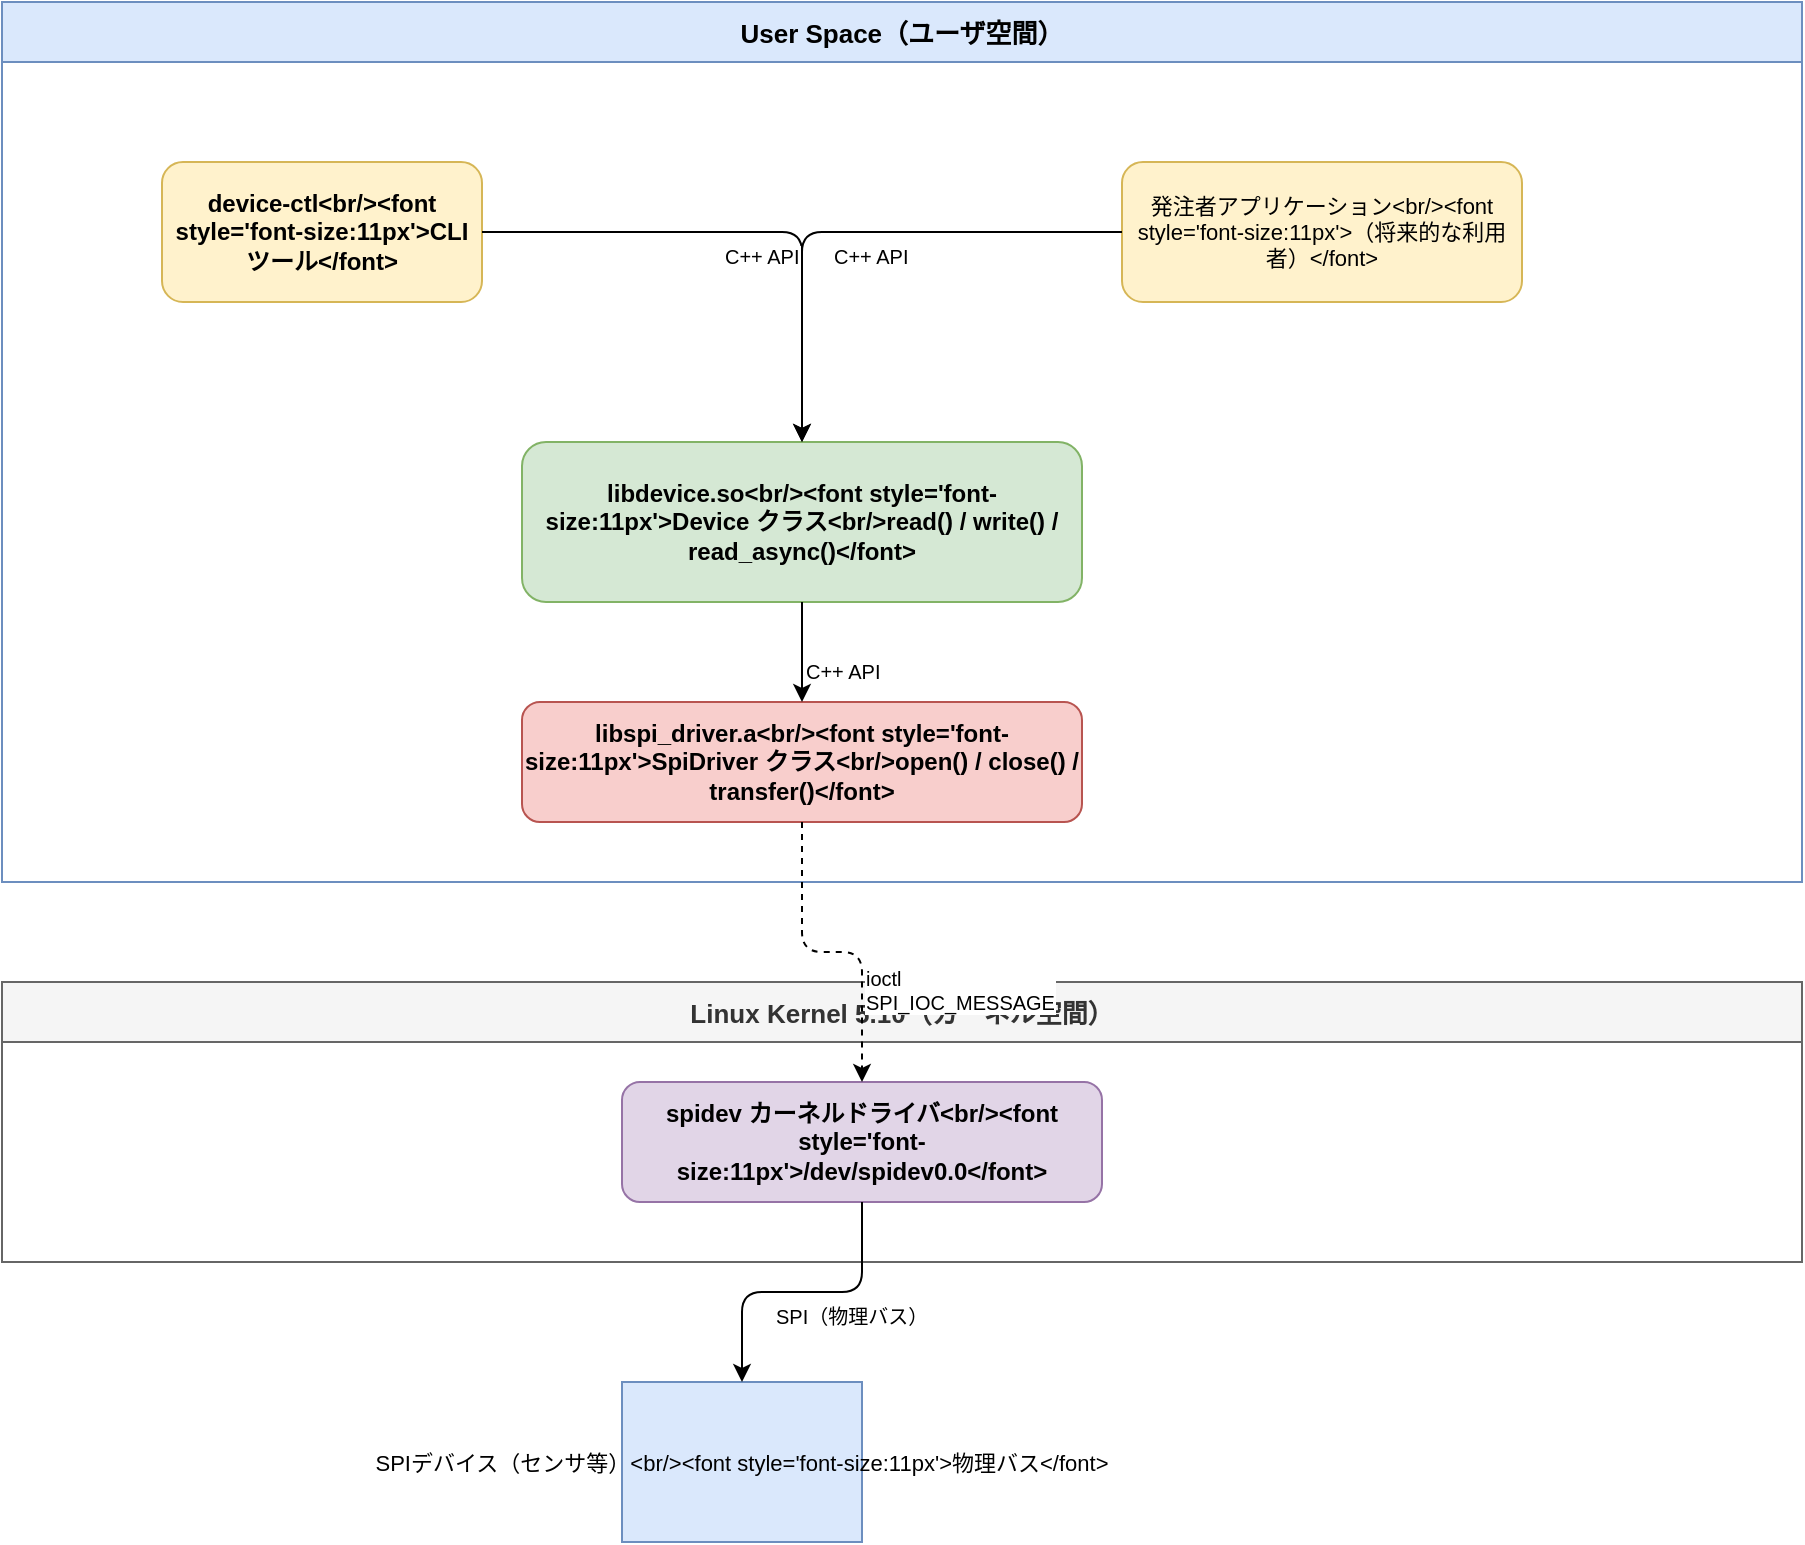
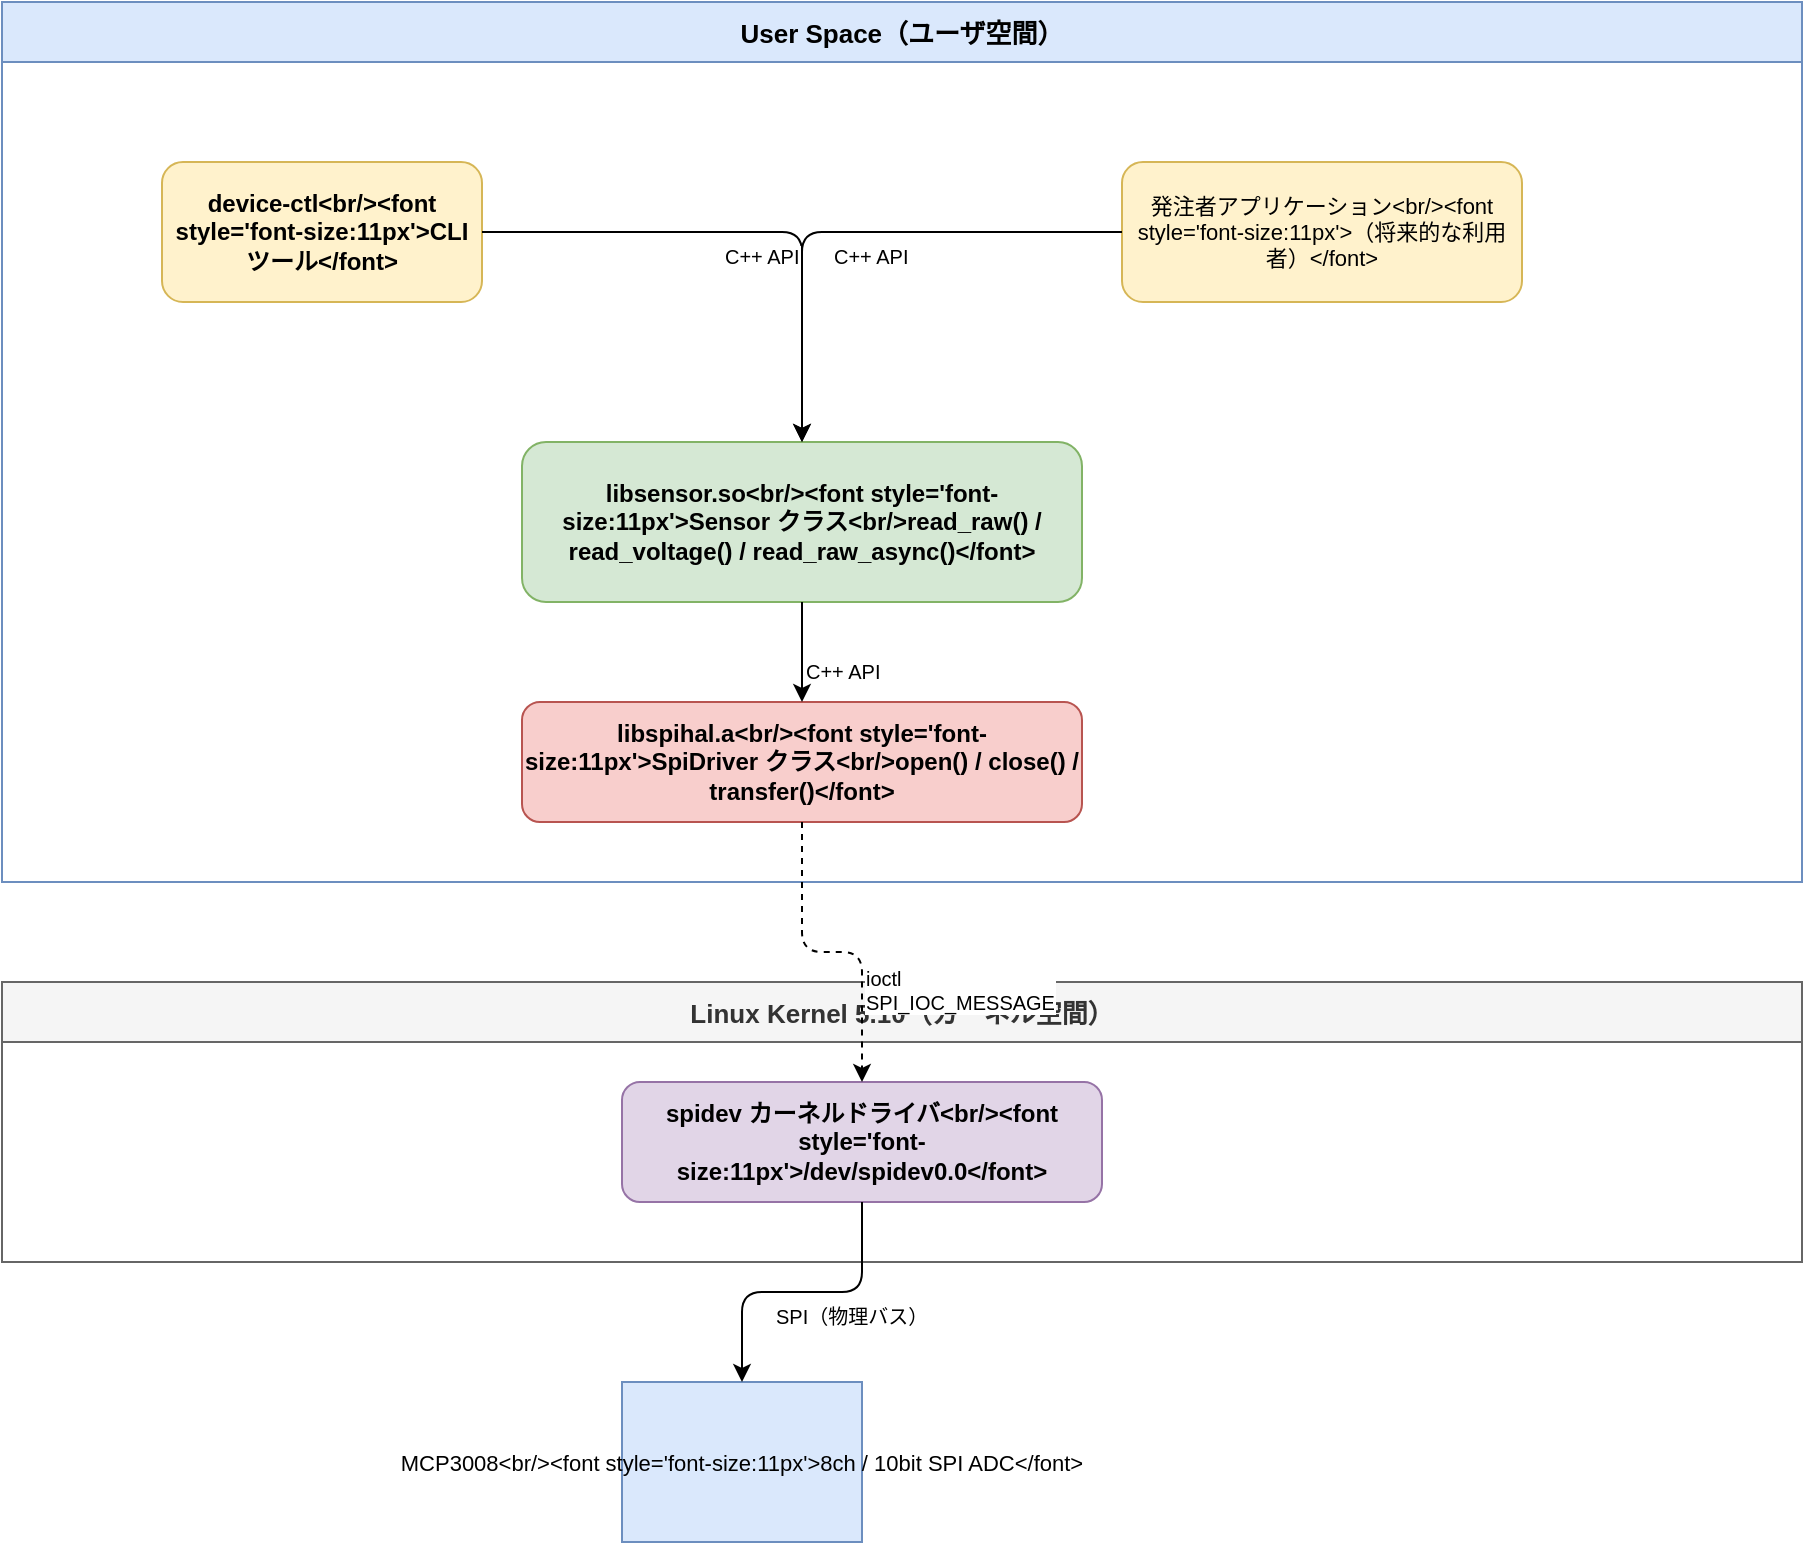
<mxfile host="app.diagrams.net" modified="2025-02-14T10:00:00.000Z" agent="Claude" version="21.0.0">
  <diagram name="System Architecture" id="system-arch-001">
    <mxGraphModel dx="1200" dy="800" grid="1" gridSize="10" guides="1" tooltips="1" connect="1" arrows="1" fold="1" page="1" pageScale="1" pageWidth="1169" pageHeight="827" math="0" shadow="0">
      <root>
        <mxCell id="0" />
        <mxCell id="1" parent="0" />

        <!-- ユーザ空間 境界 -->
        <mxCell id="10" value="User Space（ユーザ空間）" style="swimlane;startSize=30;fillColor=#dae8fc;strokeColor=#6c8ebf;fontStyle=1;fontSize=13;" vertex="1" parent="1">
          <mxGeometry x="60" y="40" width="900" height="440" as="geometry" />
        </mxCell>

        <!-- device-ctl -->
        <mxCell id="20" value="device-ctl&lt;br/&gt;&lt;font style='font-size:11px'&gt;CLIツール&lt;/font&gt;" style="rounded=1;whiteSpace=wrap;fillColor=#fff2cc;strokeColor=#d6b656;fontStyle=1;fontSize=12;" vertex="1" parent="10">
          <mxGeometry x="80" y="80" width="160" height="70" as="geometry" />
        </mxCell>

        <!-- 発注者App -->
        <mxCell id="21" value="発注者アプリケーション&lt;br/&gt;&lt;font style='font-size:11px'&gt;（将来的な利用者）&lt;/font&gt;" style="rounded=1;whiteSpace=wrap;fillColor=#fff2cc;strokeColor=#d6b656;fontStyle=0;fontSize=11;" vertex="1" parent="10">
          <mxGeometry x="560" y="80" width="200" height="70" as="geometry" />
        </mxCell>

-         <!-- libdevice -->
-         <mxCell id="30" value="libdevice.so&lt;br/&gt;&lt;font style='font-size:11px'&gt;Device クラス&lt;br/&gt;read() / write() / read_async()&lt;/font&gt;" style="rounded=1;whiteSpace=wrap;fillColor=#d5e8d4;strokeColor=#82b366;fontStyle=1;fontSize=12;" vertex="1" parent="10">
+         <!-- libsensor -->
+         <mxCell id="30" value="libsensor.so&lt;br/&gt;&lt;font style='font-size:11px'&gt;Sensor クラス&lt;br/&gt;read_raw() / read_voltage() / read_raw_async()&lt;/font&gt;" style="rounded=1;whiteSpace=wrap;fillColor=#d5e8d4;strokeColor=#82b366;fontStyle=1;fontSize=12;" vertex="1" parent="10">
          <mxGeometry x="260" y="220" width="280" height="80" as="geometry" />
        </mxCell>

-         <!-- libspi_driver -->
-         <mxCell id="40" value="libspi_driver.a&lt;br/&gt;&lt;font style='font-size:11px'&gt;SpiDriver クラス&lt;br/&gt;open() / close() / transfer()&lt;/font&gt;" style="rounded=1;whiteSpace=wrap;fillColor=#f8cecc;strokeColor=#b85450;fontStyle=1;fontSize=12;" vertex="1" parent="10">
+         <!-- libspihal -->
+         <mxCell id="40" value="libspihal.a&lt;br/&gt;&lt;font style='font-size:11px'&gt;SpiDriver クラス&lt;br/&gt;open() / close() / transfer()&lt;/font&gt;" style="rounded=1;whiteSpace=wrap;fillColor=#f8cecc;strokeColor=#b85450;fontStyle=1;fontSize=12;" vertex="1" parent="10">
          <mxGeometry x="260" y="350" width="280" height="60" as="geometry" />
        </mxCell>

-         <!-- エッジ: device-ctl → libdevice -->
+         <!-- エッジ: device-ctl → libsensor -->
        <mxCell id="50" style="edgeStyle=orthogonalEdgeStyle;" edge="1" source="20" target="30" parent="10">
          <mxGeometry relative="1" as="geometry" />
        </mxCell>
        <mxCell id="51" value="C++ API" style="edgeLabel;fontSize=10;" vertex="1" connectable="0" parent="50">
          <mxGeometry x="-0.1" relative="1" as="geometry" />
        </mxCell>

-         <!-- エッジ: 発注者App → libdevice -->
+         <!-- エッジ: 発注者App → libsensor -->
        <mxCell id="52" style="edgeStyle=orthogonalEdgeStyle;" edge="1" source="21" target="30" parent="10">
          <mxGeometry relative="1" as="geometry" />
        </mxCell>
        <mxCell id="53" value="C++ API" style="edgeLabel;fontSize=10;" vertex="1" connectable="0" parent="52">
          <mxGeometry x="0.1" relative="1" as="geometry" />
        </mxCell>

-         <!-- エッジ: libdevice → libspi_driver -->
+         <!-- エッジ: libsensor → libspihal -->
        <mxCell id="54" style="edgeStyle=orthogonalEdgeStyle;" edge="1" source="30" target="40" parent="10">
          <mxGeometry relative="1" as="geometry" />
        </mxCell>
        <mxCell id="55" value="C++ API" style="edgeLabel;fontSize=10;" vertex="1" connectable="0" parent="54">
          <mxGeometry x="-0.1" relative="1" as="geometry" />
        </mxCell>

        <!-- カーネル空間 境界 -->
        <mxCell id="60" value="Linux Kernel 5.10（カーネル空間）" style="swimlane;startSize=30;fillColor=#f5f5f5;strokeColor=#666666;fontColor=#333333;fontStyle=1;fontSize=13;" vertex="1" parent="1">
          <mxGeometry x="60" y="530" width="900" height="140" as="geometry" />
        </mxCell>

        <!-- spidev driver -->
        <mxCell id="70" value="spidev カーネルドライバ&lt;br/&gt;&lt;font style='font-size:11px'&gt;/dev/spidev0.0&lt;/font&gt;" style="rounded=1;whiteSpace=wrap;fillColor=#e1d5e7;strokeColor=#9673a6;fontStyle=1;fontSize=12;" vertex="1" parent="60">
          <mxGeometry x="310" y="50" width="240" height="60" as="geometry" />
        </mxCell>

-         <!-- エッジ: libspi_driver → spidev (ioctl) -->
+         <!-- エッジ: libspihal → spidev (ioctl) -->
        <mxCell id="80" style="edgeStyle=orthogonalEdgeStyle;dashed=1;" edge="1" source="40" target="70" parent="1">
          <mxGeometry relative="1" as="geometry" />
        </mxCell>
        <mxCell id="81" value="ioctl&#xa;SPI_IOC_MESSAGE" style="edgeLabel;fontSize=10;" vertex="1" connectable="0" parent="80">
          <mxGeometry x="0.2" relative="1" as="geometry" />
        </mxCell>

        <!-- SPIデバイス（物理） -->
-         <mxCell id="90" value="SPIデバイス（センサ等）&lt;br/&gt;&lt;font style='font-size:11px'&gt;物理バス&lt;/font&gt;" style="shape=mxgraph.cisco.servers.standard_server;fillColor=#dae8fc;strokeColor=#6c8ebf;fontSize=11;" vertex="1" parent="1">
+         <mxCell id="90" value="MCP3008&lt;br/&gt;&lt;font style='font-size:11px'&gt;8ch / 10bit SPI ADC&lt;/font&gt;" style="shape=mxgraph.cisco.servers.standard_server;fillColor=#dae8fc;strokeColor=#6c8ebf;fontSize=11;" vertex="1" parent="1">
          <mxGeometry x="370" y="730" width="120" height="80" as="geometry" />
        </mxCell>

        <!-- エッジ: spidev → SPIデバイス -->
        <mxCell id="91" style="edgeStyle=orthogonalEdgeStyle;" edge="1" source="70" target="90" parent="1">
          <mxGeometry relative="1" as="geometry" />
        </mxCell>
        <mxCell id="92" value="SPI（物理バス）" style="edgeLabel;fontSize=10;" vertex="1" connectable="0" parent="91">
          <mxGeometry x="0.2" relative="1" as="geometry" />
        </mxCell>

      </root>
    </mxGraphModel>
  </diagram>
</mxfile>
